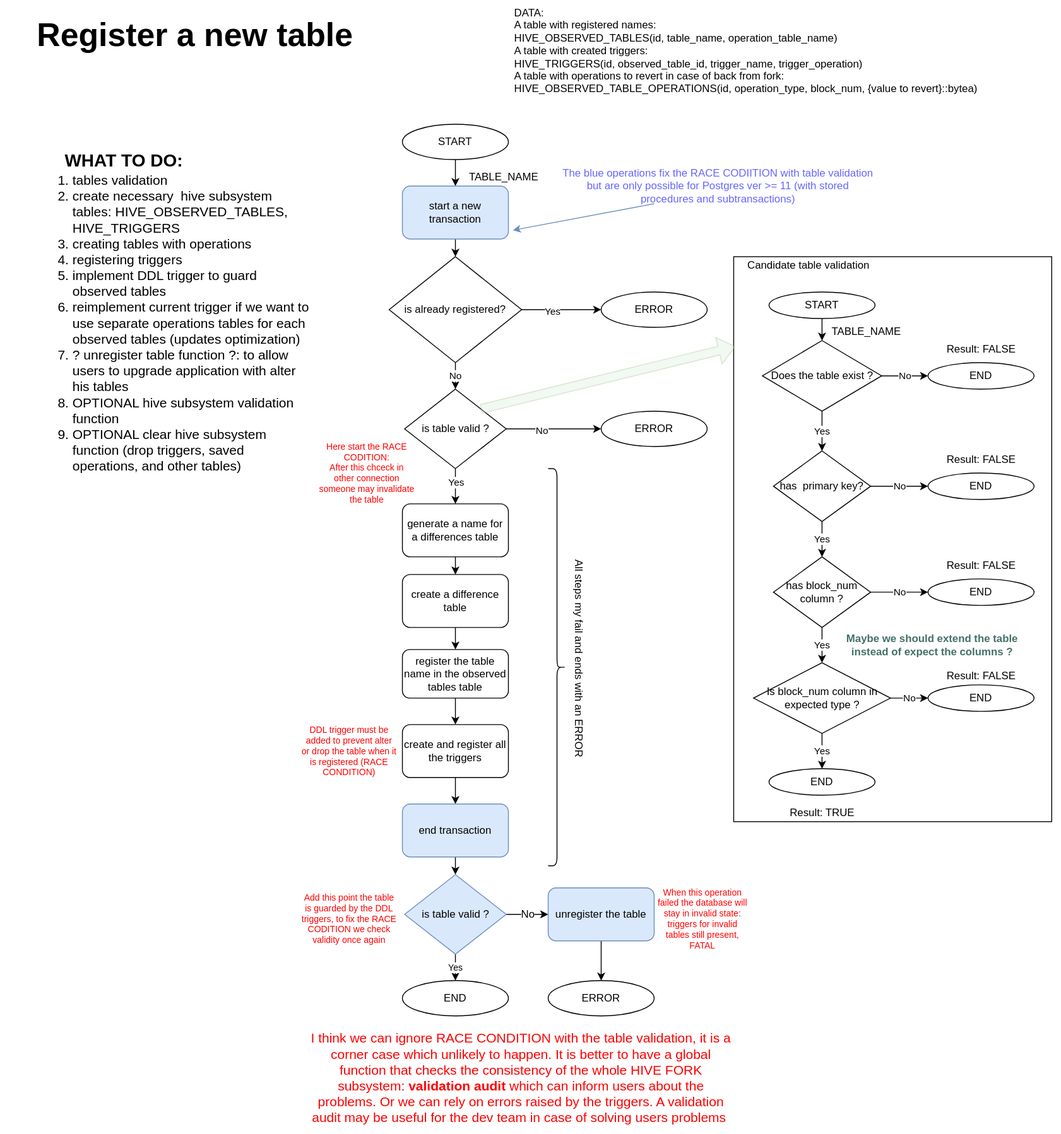
Above: doc/registering_table.svg in openhive-network/HAfAH (draw.io), before the change. Source tidied: cells renumbered, new cells last; positions are measured from the earlier drawing's top-left corner, leaving out a move shared by most shapes.
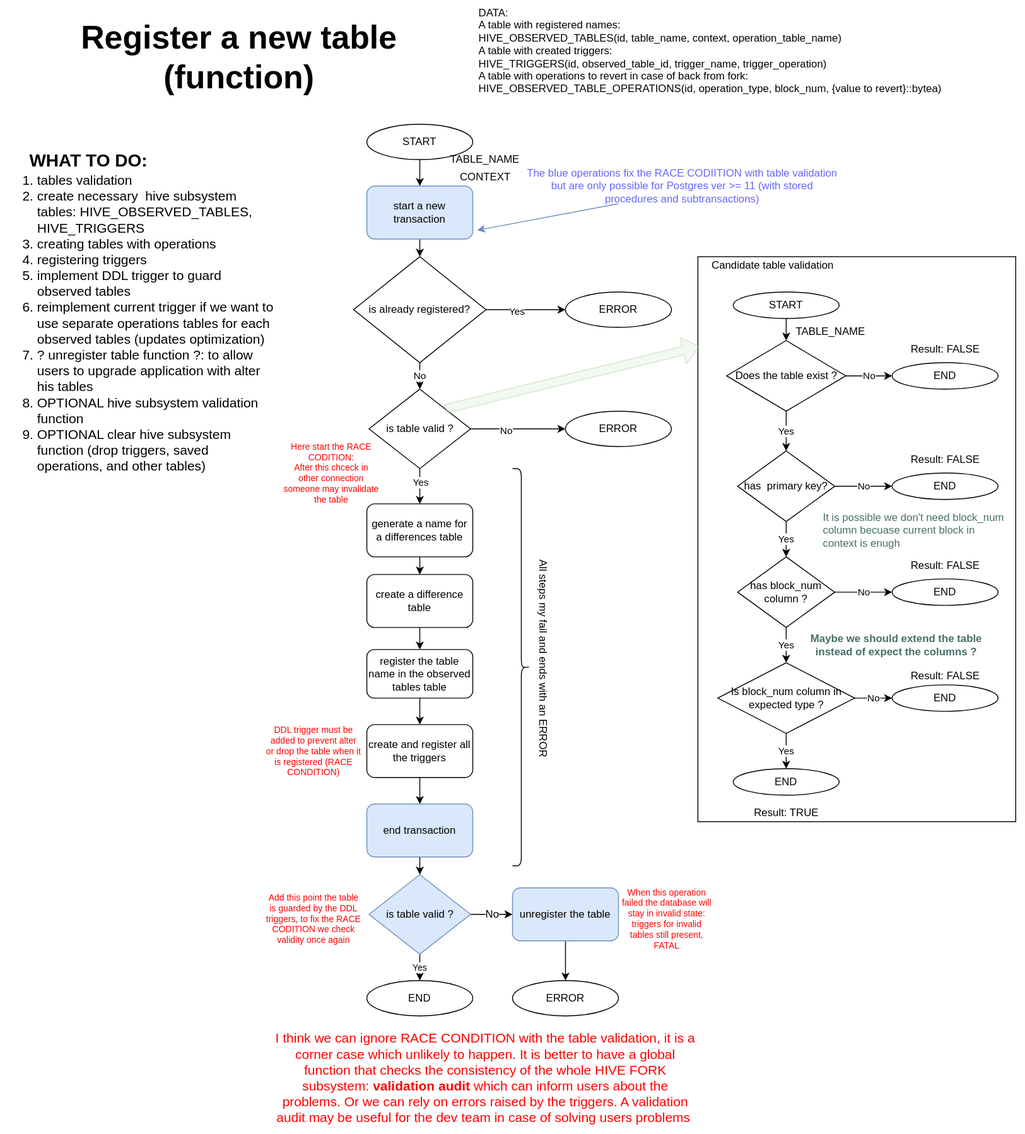
The same diagram one commit later.

What changed in the source:
```diff
@@ -56,11 +56,11 @@
     <mxCell id="19" value="All steps my fail and ends with an ERROR" style="text;html=1;align=center;verticalAlign=middle;direction=west;rotation=90;" parent="1" vertex="1">
       <mxGeometry x="520" y="735" width="270" height="20" as="geometry" />
     </mxCell>
-    <mxCell id="20" value="&lt;div&gt;DATA:&lt;/div&gt;&lt;div&gt;A table with registered names:&lt;/div&gt;&lt;div&gt;HIVE_OBSERVED_TABLES(id, table_name, operation_table_name)&lt;br&gt; &lt;/div&gt;&lt;div&gt;A table with created triggers:&lt;br&gt;&lt;/div&gt;&lt;div&gt;HIVE_TRIGGERS(id, observed_table_id, trigger_name, trigger_operation)&lt;br&gt;&lt;/div&gt;&lt;div&gt;A table with operations to revert in case of back from fork:&lt;br&gt;&lt;/div&gt;&lt;div&gt;HIVE_OBSERVED_TABLE_OPERATIONS(id, operation_type, block_num, {value to revert}::bytea)&lt;br&gt;&lt;/div&gt;" style="text;html=1;strokeColor=none;fillColor=none;align=left;verticalAlign=top;whiteSpace=wrap;rounded=0;" parent="1" vertex="1">
+    <mxCell id="20" value="&lt;div&gt;DATA:&lt;/div&gt;&lt;div&gt;A table with registered names:&lt;/div&gt;&lt;div&gt;HIVE_OBSERVED_TABLES(id, table_name, context, operation_table_name)&lt;br&gt; &lt;/div&gt;&lt;div&gt;A table with created triggers:&lt;br&gt;&lt;/div&gt;&lt;div&gt;HIVE_TRIGGERS(id, observed_table_id, trigger_name, trigger_operation)&lt;br&gt;&lt;/div&gt;&lt;div&gt;A table with operations to revert in case of back from fork:&lt;br&gt;&lt;/div&gt;&lt;div&gt;HIVE_OBSERVED_TABLE_OPERATIONS(id, operation_type, block_num, {value to revert}::bytea)&lt;br&gt;&lt;/div&gt;" style="text;html=1;strokeColor=none;fillColor=none;align=left;verticalAlign=top;whiteSpace=wrap;rounded=0;" parent="1" vertex="1">
       <mxGeometry x="580" width="620" height="190" as="geometry" />
     </mxCell>
-    <mxCell id="21" value="&lt;font style=&quot;font-size: 37px;&quot;&gt;Register a new table&lt;/font&gt;" style="text;html=1;align=center;verticalAlign=middle;fontSize=37;fontStyle=1;" parent="1" vertex="1">
-      <mxGeometry y="15" width="440" height="50" as="geometry" />
+    <mxCell id="21" value="&lt;div&gt;&lt;font style=&quot;font-size: 37px&quot;&gt;Register a new table&lt;/font&gt;&lt;/div&gt;&lt;div&gt;&lt;font style=&quot;font-size: 37px&quot;&gt; (function)&lt;/font&gt;&lt;/div&gt;" style="text;html=1;align=center;verticalAlign=middle;fontSize=37;fontStyle=1;" parent="1" vertex="1">
+      <mxGeometry x="90" y="20" width="440" height="90" as="geometry" />
     </mxCell>
     <mxCell id="22" style="edgeStyle=orthogonalEdgeStyle;rounded=0;jettySize=auto;html=1;exitX=0.5;exitY=1;exitDx=0;exitDy=0;fontSize=10;fontColor=#FF0000;" parent="1" edge="1" source="23" target="62">
       <mxGeometry relative="1" as="geometry" />
@@ -72,7 +72,7 @@
       <mxGeometry x="455" y="1110" width="120" height="40" as="geometry" />
     </mxCell>
     <mxCell id="25" value="TABLE_NAME" style="text;html=1;strokeColor=none;fillColor=none;align=center;verticalAlign=middle;whiteSpace=wrap;rounded=0;" parent="1" vertex="1">
-      <mxGeometry x="550" y="190" width="40" height="20" as="geometry" />
+      <mxGeometry x="568.8" y="170" width="40" height="20" as="geometry" />
     </mxCell>
     <mxCell id="26" style="edgeStyle=orthogonalEdgeStyle;rounded=0;jettySize=auto;html=1;exitX=1;exitY=0.5;exitDx=0;exitDy=0;entryX=0;entryY=0.5;entryDx=0;entryDy=0;" parent="1" edge="1" source="30" target="31">
       <mxGeometry relative="1" as="geometry" />
@@ -232,5 +232,11 @@
     <mxCell id="76" value="&lt;font style=&quot;font-size: 20px&quot;&gt;&lt;b&gt;WHAT TO DO:&lt;/b&gt;&lt;/font&gt;" style="text;html=1;strokeColor=none;fillColor=none;align=center;verticalAlign=middle;whiteSpace=wrap;rounded=0;fontSize=15;fontColor=#000000;" parent="1" vertex="1">
       <mxGeometry x="50" y="170" width="180" height="20" as="geometry" />
     </mxCell>
+    <mxCell id="77" value="It is possible we don't need block_num column becuase current block in context is enugh" style="text;html=1;strokeColor=none;fillColor=none;align=left;verticalAlign=middle;whiteSpace=wrap;rounded=0;fontSize=12;fontColor=#447068;" parent="1" vertex="1">
+      <mxGeometry x="970" y="590" width="210" height="20" as="geometry" />
+    </mxCell>
+    <mxCell id="78" value="CONTEXT" style="text;html=1;align=center;verticalAlign=middle;fontSize=12;" parent="1" vertex="1">
+      <mxGeometry x="548.8" y="190" width="80" height="20" as="geometry" />
+    </mxCell>
   </root>
 </mxGraphModel>
```
